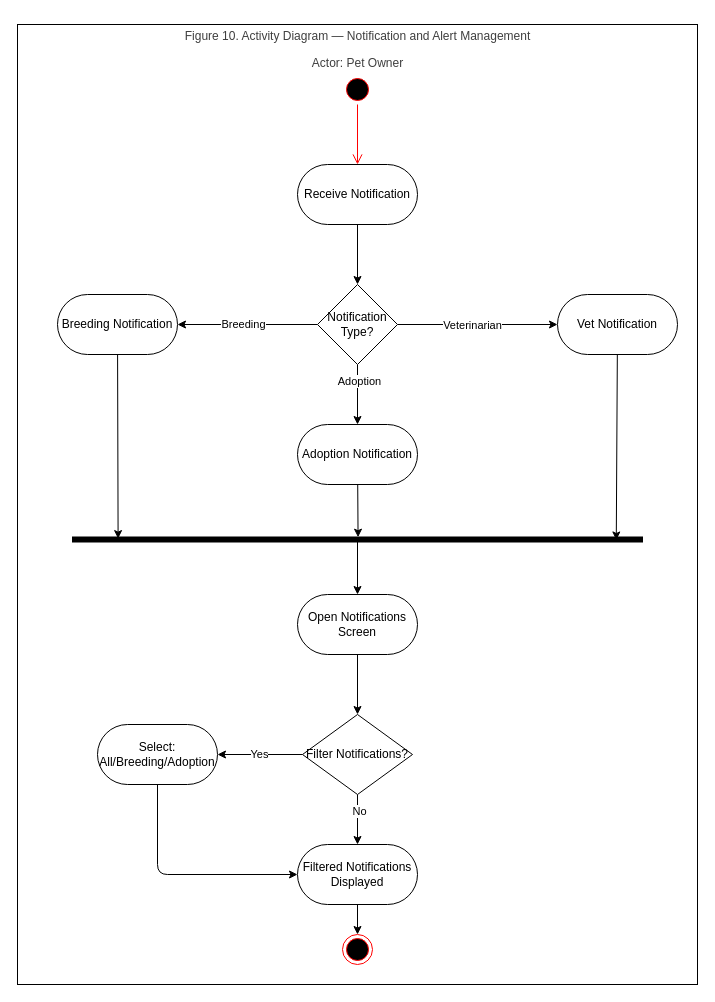
Chels013/Breedr-Diagrams keeps this draw.io diagram as ActivityDiagram_Figure10_USALLA.drawio. Above is the earlier version. Source tidied: cells renumbered, new cells numbered last; positions are measured from the earlier drawing's top-left corner, leaving out a move shared by most shapes. Both pictures are drawn from the tidied source at 100%, with x=0, y=0 at pixel (17, 24).
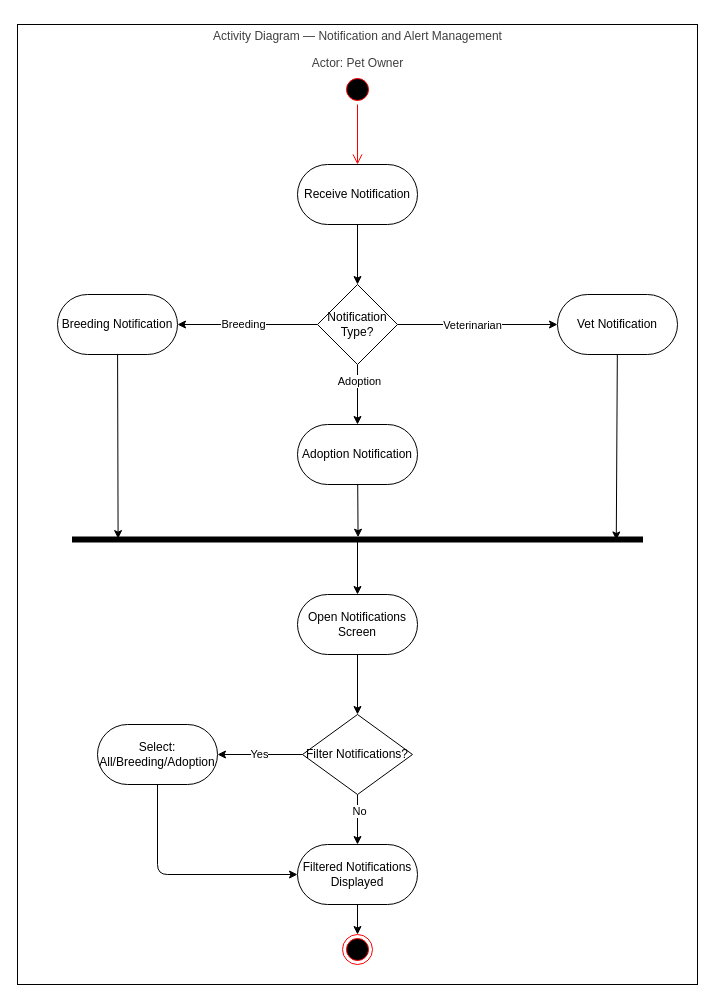
The same diagram, later.

Commit message (it also covers changes not shown here):
Renaming Activity Diagrams

The edit, as a diff of the source:
```diff
@@
-    <mxCell id="3" value="&lt;p&gt;&lt;span style=&quot;color: rgb(63, 63, 63); background-color: transparent;&quot;&gt;Figure 10. Activity Diagram — Notification and Alert Management&lt;/span&gt;&lt;/p&gt;&lt;p&gt;&lt;span style=&quot;color: rgb(63, 63, 63); background-color: transparent;&quot;&gt;Actor: Pet Owner&lt;/span&gt;&lt;/p&gt;" style="text;html=1;align=center;verticalAlign=middle;whiteSpace=wrap;rounded=0;" parent="1" vertex="1">
+    <mxCell id="3" value="&lt;p&gt;&lt;span style=&quot;color: rgb(63, 63, 63); background-color: transparent;&quot;&gt;Activity Diagram — Notification and Alert Management&lt;/span&gt;&lt;/p&gt;&lt;p&gt;&lt;span style=&quot;color: rgb(63, 63, 63); background-color: transparent;&quot;&gt;Actor: Pet Owner&lt;/span&gt;&lt;/p&gt;" style="text;html=1;align=center;verticalAlign=middle;whiteSpace=wrap;rounded=0;" parent="1" vertex="1">
       <mxGeometry x="137.5" y="10" width="405" height="30" as="geometry" />
     </mxCell>
```
